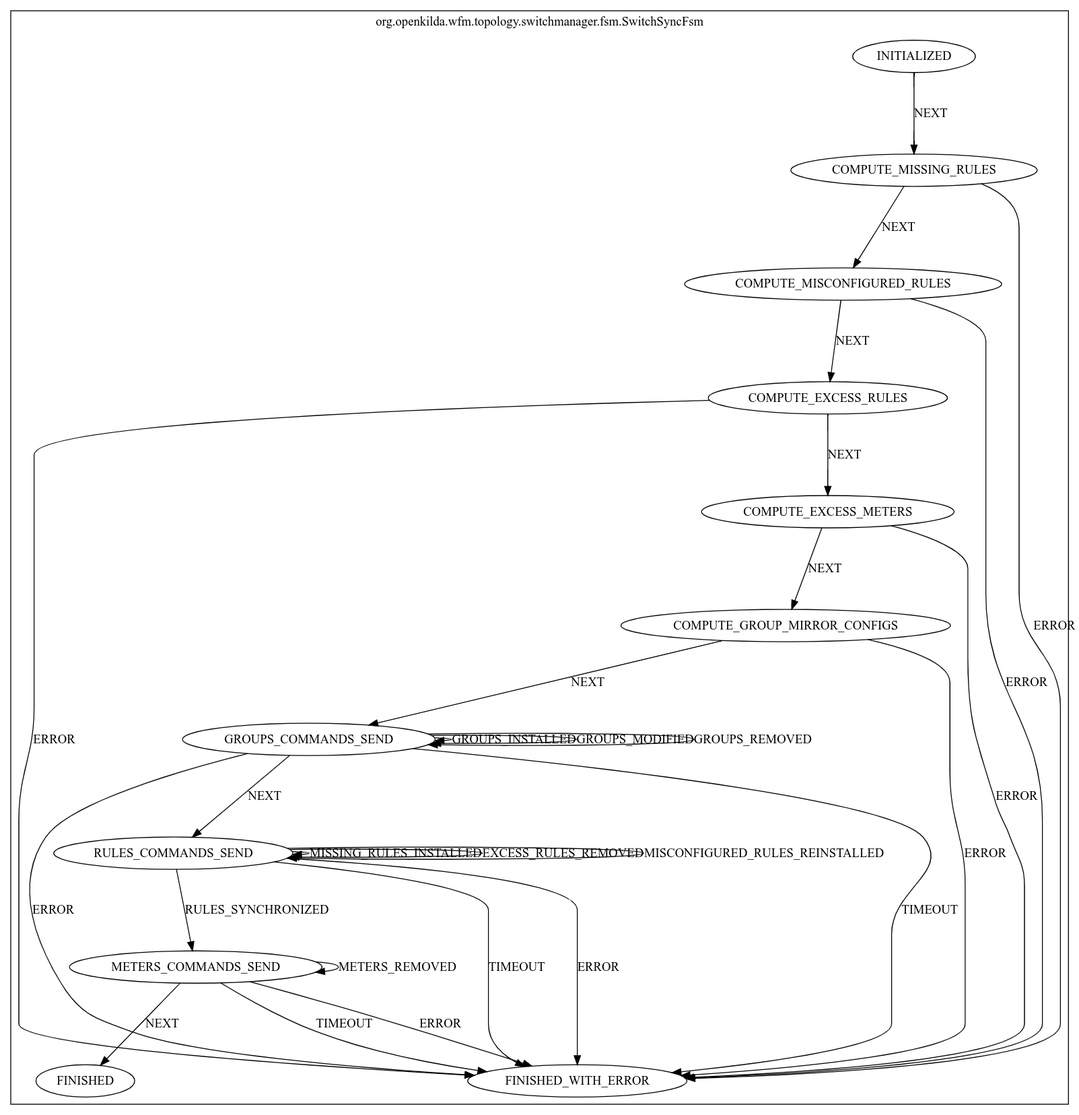
Before: docs/design/hub-and-spoke/switch-sync/switch-sync-fsm.png, a diagram exported from Graphviz (telstra/open-kilda). Its source is kept beside it as docs/design/hub-and-spoke/switch-sync/switch-sync-fsm.dot.
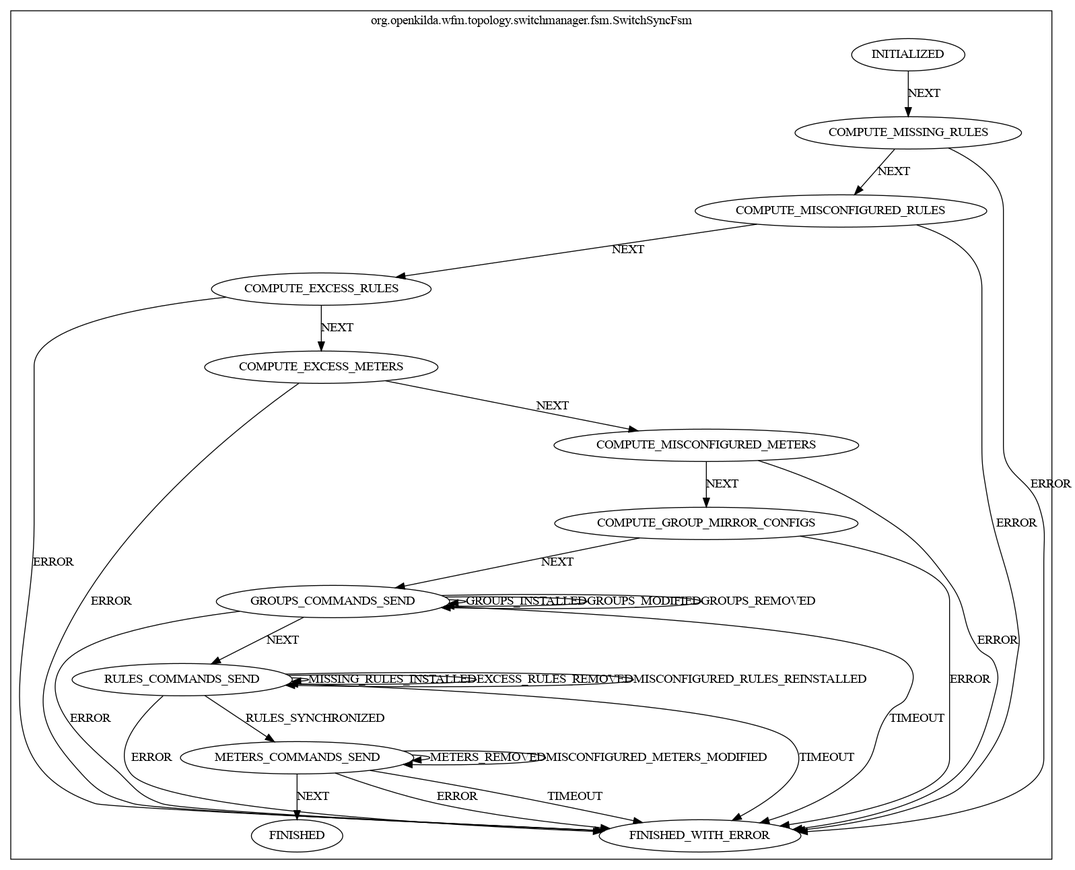
After the commit.

The edit, as a diff of the source:
```diff
@@ -13,6 +13,7 @@
 FINISHED [label="FINISHED"];
 FINISHED_WITH_ERROR [label="FINISHED_WITH_ERROR"];
 COMPUTE_EXCESS_METERS [label="COMPUTE_EXCESS_METERS"];
+COMPUTE_MISCONFIGURED_METERS [label="COMPUTE_MISCONFIGURED_METERS"];
 
 GROUPS_COMMANDS_SEND -> GROUPS_COMMANDS_SEND [ label="GROUPS_INSTALLED"];
 GROUPS_COMMANDS_SEND -> GROUPS_COMMANDS_SEND [ label="GROUPS_MODIFIED"];
@@ -27,6 +28,7 @@
 RULES_COMMANDS_SEND -> FINISHED_WITH_ERROR [ label="ERROR"];
 RULES_COMMANDS_SEND -> METERS_COMMANDS_SEND [ label="RULES_SYNCHRONIZED"];
 METERS_COMMANDS_SEND -> METERS_COMMANDS_SEND [ label="METERS_REMOVED"];
+METERS_COMMANDS_SEND -> METERS_COMMANDS_SEND [ label="MISCONFIGURED_METERS_MODIFIED"];
 METERS_COMMANDS_SEND -> FINISHED_WITH_ERROR [ label="TIMEOUT"];
 METERS_COMMANDS_SEND -> FINISHED_WITH_ERROR [ label="ERROR"];
 METERS_COMMANDS_SEND -> FINISHED [ label="NEXT"];
@@ -40,4 +42,6 @@
 COMPUTE_MISCONFIGURED_RULES -> FINISHED_WITH_ERROR [ label="ERROR"];
 COMPUTE_MISCONFIGURED_RULES -> COMPUTE_EXCESS_RULES [ label="NEXT"];
 COMPUTE_EXCESS_METERS -> FINISHED_WITH_ERROR [ label="ERROR"];
-COMPUTE_EXCESS_METERS -> COMPUTE_GROUP_MIRROR_CONFIGS [ label="NEXT"];}}
+COMPUTE_EXCESS_METERS -> COMPUTE_MISCONFIGURED_METERS [ label="NEXT"];
+COMPUTE_MISCONFIGURED_METERS -> FINISHED_WITH_ERROR [ label="ERROR"];
+COMPUTE_MISCONFIGURED_METERS -> COMPUTE_GROUP_MIRROR_CONFIGS [ label="NEXT"];}}
```
